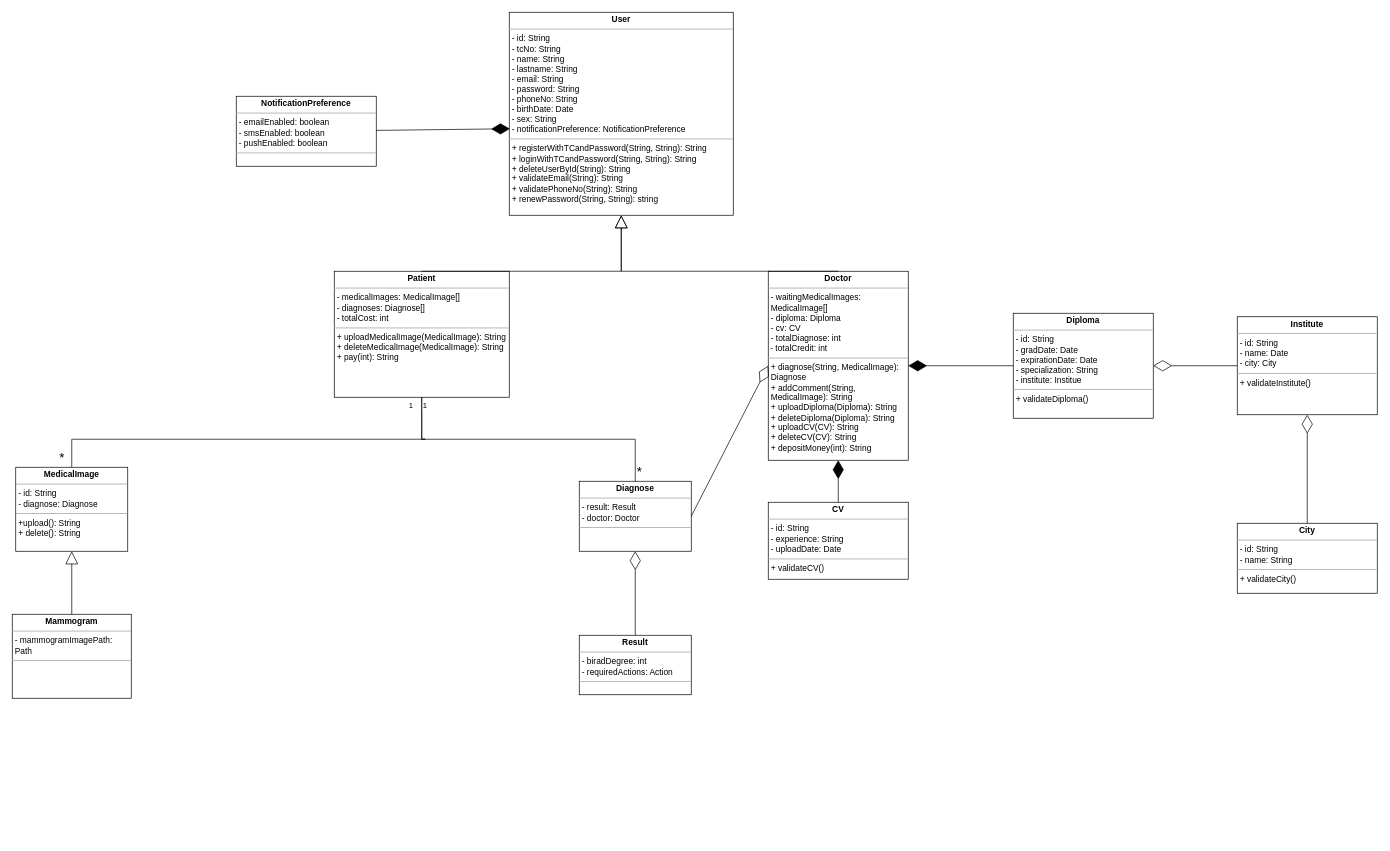
Above: Class Diagram.drawio in MediXAI/Diagrams (draw.io), before the change. Source tidied: cells renumbered, new cells numbered last; positions are measured from the earlier drawing's top-left corner, leaving out a move shared by most shapes. Both pictures are drawn from the tidied source at 70%, with x=0, y=0 at pixel (12, 12).
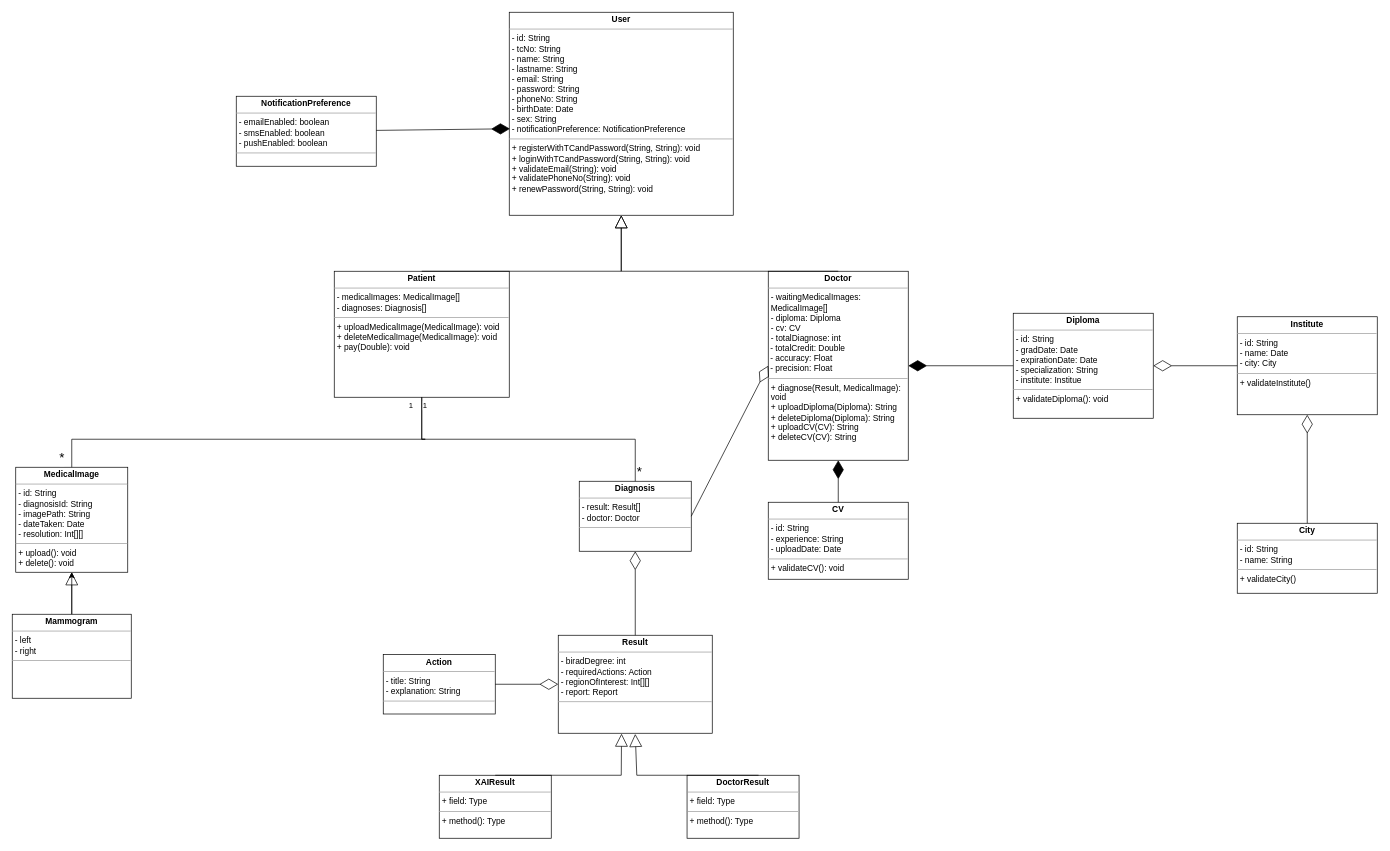
After the change.

Change to the diagram source:
```diff
@@
-    <mxCell id="2" value="&lt;p style=&quot;margin:0px;margin-top:4px;text-align:center;&quot;&gt;&lt;b&gt;User&lt;/b&gt;&lt;/p&gt;&lt;hr size=&quot;1&quot;&gt;&lt;p style=&quot;margin:0px;margin-left:4px;&quot;&gt;- id: String&lt;/p&gt;&lt;p style=&quot;margin:0px;margin-left:4px;&quot;&gt;- tcNo: String&lt;/p&gt;&lt;p style=&quot;margin:0px;margin-left:4px;&quot;&gt;- name: String&lt;/p&gt;&lt;p style=&quot;margin:0px;margin-left:4px;&quot;&gt;- lastname: String&lt;/p&gt;&lt;p style=&quot;margin:0px;margin-left:4px;&quot;&gt;- email: String&lt;/p&gt;&lt;p style=&quot;margin:0px;margin-left:4px;&quot;&gt;- password: String&lt;/p&gt;&lt;p style=&quot;margin:0px;margin-left:4px;&quot;&gt;- phoneNo: String&lt;/p&gt;&lt;p style=&quot;margin:0px;margin-left:4px;&quot;&gt;- birthDate: Date&lt;/p&gt;&lt;p style=&quot;margin:0px;margin-left:4px;&quot;&gt;- sex: String&lt;/p&gt;&lt;p style=&quot;margin:0px;margin-left:4px;&quot;&gt;- notificationPreference: NotificationPreference&lt;/p&gt;&lt;hr size=&quot;1&quot;&gt;&lt;p style=&quot;margin:0px;margin-left:4px;&quot;&gt;+ registerWithTCandPassword(String, String): String&lt;/p&gt;&lt;p style=&quot;margin:0px;margin-left:4px;&quot;&gt;+ loginWithTCandPassword(String, String): String&lt;/p&gt;&lt;p style=&quot;margin:0px;margin-left:4px;&quot;&gt;+ deleteUserById(String): String&lt;/p&gt;&lt;p style=&quot;margin:0px;margin-left:4px;&quot;&gt;+ validateEmail(String): String&lt;/p&gt;&lt;p style=&quot;margin:0px;margin-left:4px;&quot;&gt;+ validatePhoneNo(String): String&lt;/p&gt;&lt;p style=&quot;margin:0px;margin-left:4px;&quot;&gt;+ renewPassword(String, String): string&lt;/p&gt;" style="verticalAlign=top;align=left;overflow=fill;fontSize=12;fontFamily=Helvetica;html=1;whiteSpace=wrap;" parent="1" vertex="1">
+    <mxCell id="2" value="&lt;p style=&quot;margin:0px;margin-top:4px;text-align:center;&quot;&gt;&lt;b&gt;User&lt;/b&gt;&lt;/p&gt;&lt;hr size=&quot;1&quot;&gt;&lt;p style=&quot;margin:0px;margin-left:4px;&quot;&gt;- id: String&lt;/p&gt;&lt;p style=&quot;margin:0px;margin-left:4px;&quot;&gt;- tcNo: String&lt;/p&gt;&lt;p style=&quot;margin:0px;margin-left:4px;&quot;&gt;- name: String&lt;/p&gt;&lt;p style=&quot;margin:0px;margin-left:4px;&quot;&gt;- lastname: String&lt;/p&gt;&lt;p style=&quot;margin:0px;margin-left:4px;&quot;&gt;- email: String&lt;/p&gt;&lt;p style=&quot;margin:0px;margin-left:4px;&quot;&gt;- password: String&lt;/p&gt;&lt;p style=&quot;margin:0px;margin-left:4px;&quot;&gt;- phoneNo: String&lt;/p&gt;&lt;p style=&quot;margin:0px;margin-left:4px;&quot;&gt;- birthDate: Date&lt;/p&gt;&lt;p style=&quot;margin:0px;margin-left:4px;&quot;&gt;- sex: String&lt;/p&gt;&lt;p style=&quot;margin:0px;margin-left:4px;&quot;&gt;- notificationPreference: NotificationPreference&lt;/p&gt;&lt;hr size=&quot;1&quot;&gt;&lt;p style=&quot;margin:0px;margin-left:4px;&quot;&gt;+ registerWithTCandPassword(String, String): void&lt;/p&gt;&lt;p style=&quot;margin:0px;margin-left:4px;&quot;&gt;+ loginWithTCandPassword(String, String): void&lt;/p&gt;&lt;p style=&quot;margin:0px;margin-left:4px;&quot;&gt;+ validateEmail(String): void&lt;/p&gt;&lt;p style=&quot;margin:0px;margin-left:4px;&quot;&gt;+ validatePhoneNo(String): void&lt;/p&gt;&lt;p style=&quot;margin:0px;margin-left:4px;&quot;&gt;+ renewPassword(String, String): void&lt;/p&gt;" style="verticalAlign=top;align=left;overflow=fill;fontSize=12;fontFamily=Helvetica;html=1;whiteSpace=wrap;" parent="1" vertex="1">
       <mxGeometry x="710" width="320" height="290" as="geometry" />
     </mxCell>
-    <mxCell id="3" value="&lt;p style=&quot;margin:0px;margin-top:4px;text-align:center;&quot;&gt;&lt;b&gt;Doctor&lt;/b&gt;&lt;/p&gt;&lt;hr size=&quot;1&quot;&gt;&lt;p style=&quot;margin:0px;margin-left:4px;&quot;&gt;- waitingMedicalImages: MedicalImage[]&lt;/p&gt;&lt;p style=&quot;margin:0px;margin-left:4px;&quot;&gt;- diploma: Diploma&lt;/p&gt;&lt;p style=&quot;margin:0px;margin-left:4px;&quot;&gt;- cv: CV&lt;/p&gt;&lt;p style=&quot;margin:0px;margin-left:4px;&quot;&gt;- totalDiagnose: int&lt;/p&gt;&amp;nbsp;- totalCredit: int&lt;br&gt;&lt;hr size=&quot;1&quot;&gt;&lt;p style=&quot;margin:0px;margin-left:4px;&quot;&gt;+ diagnose(String, MedicalImage): Diagnose&lt;/p&gt;&lt;p style=&quot;margin:0px;margin-left:4px;&quot;&gt;+ addComment(String,&amp;nbsp; MedicalImage): String&lt;/p&gt;&lt;p style=&quot;margin:0px;margin-left:4px;&quot;&gt;+ uploadDiploma(Diploma): String&lt;/p&gt;&lt;p style=&quot;margin:0px;margin-left:4px;&quot;&gt;+ deleteDiploma(Diploma): String&lt;/p&gt;&lt;p style=&quot;border-color: var(--border-color); margin: 0px 0px 0px 4px;&quot;&gt;+ uploadCV(CV): String&lt;/p&gt;&lt;p style=&quot;border-color: var(--border-color); margin: 0px 0px 0px 4px;&quot;&gt;+ deleteCV(CV): String&lt;/p&gt;&lt;p style=&quot;border-color: var(--border-color); margin: 0px 0px 0px 4px;&quot;&gt;+ depositMoney(int): String&lt;/p&gt;" style="verticalAlign=top;align=left;overflow=fill;fontSize=12;fontFamily=Helvetica;html=1;whiteSpace=wrap;" parent="1" vertex="1">
+    <mxCell id="3" value="&lt;p style=&quot;margin:0px;margin-top:4px;text-align:center;&quot;&gt;&lt;b&gt;Doctor&lt;/b&gt;&lt;/p&gt;&lt;hr size=&quot;1&quot;&gt;&lt;p style=&quot;margin:0px;margin-left:4px;&quot;&gt;- waitingMedicalImages: MedicalImage[]&lt;/p&gt;&lt;p style=&quot;margin:0px;margin-left:4px;&quot;&gt;- diploma: Diploma&lt;/p&gt;&lt;p style=&quot;margin:0px;margin-left:4px;&quot;&gt;- cv: CV&lt;/p&gt;&lt;p style=&quot;margin:0px;margin-left:4px;&quot;&gt;- totalDiagnose: int&lt;/p&gt;&amp;nbsp;- totalCredit: Double&lt;br&gt;&amp;nbsp;- accuracy: Float&lt;br&gt;&amp;nbsp;- precision: Float&lt;br&gt;&lt;hr size=&quot;1&quot;&gt;&lt;p style=&quot;margin:0px;margin-left:4px;&quot;&gt;+ diagnose(Result, MedicalImage): void&lt;/p&gt;&lt;p style=&quot;margin:0px;margin-left:4px;&quot;&gt;+ uploadDiploma(Diploma): String&lt;/p&gt;&lt;p style=&quot;margin:0px;margin-left:4px;&quot;&gt;+ deleteDiploma(Diploma): String&lt;/p&gt;&lt;p style=&quot;border-color: var(--border-color); margin: 0px 0px 0px 4px;&quot;&gt;+ uploadCV(CV): String&lt;/p&gt;&lt;p style=&quot;border-color: var(--border-color); margin: 0px 0px 0px 4px;&quot;&gt;+ deleteCV(CV): String&lt;/p&gt;" style="verticalAlign=top;align=left;overflow=fill;fontSize=12;fontFamily=Helvetica;html=1;whiteSpace=wrap;" parent="1" vertex="1">
       <mxGeometry x="1080" y="370" width="200" height="270" as="geometry" />
     </mxCell>
-    <mxCell id="4" value="&lt;p style=&quot;margin:0px;margin-top:4px;text-align:center;&quot;&gt;&lt;b&gt;Patient&lt;/b&gt;&lt;/p&gt;&lt;hr size=&quot;1&quot;&gt;&lt;p style=&quot;margin:0px;margin-left:4px;&quot;&gt;- medicalImages: MedicalImage[]&lt;/p&gt;&lt;p style=&quot;margin:0px;margin-left:4px;&quot;&gt;- diagnoses: Diagnose[]&lt;span style=&quot;background-color: initial;&quot;&gt;&amp;nbsp;&lt;/span&gt;&lt;/p&gt;&lt;p style=&quot;margin:0px;margin-left:4px;&quot;&gt;&lt;span style=&quot;background-color: initial;&quot;&gt;- totalCost: int&lt;/span&gt;&lt;/p&gt;&lt;hr size=&quot;1&quot;&gt;&lt;p style=&quot;margin:0px;margin-left:4px;&quot;&gt;+ uploadMedicalImage(MedicalImage): String&lt;/p&gt;&lt;p style=&quot;margin:0px;margin-left:4px;&quot;&gt;+ deleteMedicalImage(MedicalImage): String&lt;/p&gt;&lt;p style=&quot;margin:0px;margin-left:4px;&quot;&gt;+ pay(int): String&lt;/p&gt;" style="verticalAlign=top;align=left;overflow=fill;fontSize=12;fontFamily=Helvetica;html=1;whiteSpace=wrap;" parent="1" vertex="1">
+    <mxCell id="4" value="&lt;p style=&quot;margin:0px;margin-top:4px;text-align:center;&quot;&gt;&lt;b&gt;Patient&lt;/b&gt;&lt;/p&gt;&lt;hr size=&quot;1&quot;&gt;&lt;p style=&quot;margin:0px;margin-left:4px;&quot;&gt;- medicalImages: MedicalImage[]&lt;/p&gt;&lt;p style=&quot;margin:0px;margin-left:4px;&quot;&gt;- diagnoses: Diagnosis[]&lt;span style=&quot;background-color: initial;&quot;&gt;&lt;br&gt;&lt;/span&gt;&lt;/p&gt;&lt;hr size=&quot;1&quot;&gt;&lt;p style=&quot;margin:0px;margin-left:4px;&quot;&gt;+ uploadMedicalImage(MedicalImage): void&lt;/p&gt;&lt;p style=&quot;margin:0px;margin-left:4px;&quot;&gt;+ deleteMedicalImage(MedicalImage): void&lt;/p&gt;&lt;p style=&quot;margin:0px;margin-left:4px;&quot;&gt;+ pay(Double): void&lt;/p&gt;" style="verticalAlign=top;align=left;overflow=fill;fontSize=12;fontFamily=Helvetica;html=1;whiteSpace=wrap;" parent="1" vertex="1">
       <mxGeometry x="460" y="370" width="250" height="180" as="geometry" />
     </mxCell>
@@
-    <mxCell id="7" value="&lt;p style=&quot;margin:0px;margin-top:4px;text-align:center;&quot;&gt;&lt;b&gt;Diagnose&lt;/b&gt;&lt;/p&gt;&lt;hr size=&quot;1&quot;&gt;&lt;p style=&quot;margin:0px;margin-left:4px;&quot;&gt;- result: Result&lt;/p&gt;&lt;p style=&quot;margin:0px;margin-left:4px;&quot;&gt;- doctor: Doctor&lt;/p&gt;&lt;hr size=&quot;1&quot;&gt;&lt;p style=&quot;margin:0px;margin-left:4px;&quot;&gt;&lt;br&gt;&lt;/p&gt;" style="verticalAlign=top;align=left;overflow=fill;fontSize=12;fontFamily=Helvetica;html=1;whiteSpace=wrap;" parent="1" vertex="1">
+    <mxCell id="7" value="&lt;p style=&quot;margin:0px;margin-top:4px;text-align:center;&quot;&gt;&lt;b&gt;Diagnosis&lt;/b&gt;&lt;/p&gt;&lt;hr size=&quot;1&quot;&gt;&lt;p style=&quot;margin:0px;margin-left:4px;&quot;&gt;- result: Result[]&lt;/p&gt;&lt;p style=&quot;margin:0px;margin-left:4px;&quot;&gt;- doctor: Doctor&lt;/p&gt;&lt;hr size=&quot;1&quot;&gt;&lt;p style=&quot;margin:0px;margin-left:4px;&quot;&gt;&lt;br&gt;&lt;/p&gt;" style="verticalAlign=top;align=left;overflow=fill;fontSize=12;fontFamily=Helvetica;html=1;whiteSpace=wrap;" parent="1" vertex="1">
       <mxGeometry x="810" y="670" width="160" height="100" as="geometry" />
     </mxCell>
-    <mxCell id="8" value="&lt;p style=&quot;margin:0px;margin-top:4px;text-align:center;&quot;&gt;&lt;b&gt;MedicalImage&lt;/b&gt;&lt;/p&gt;&lt;hr size=&quot;1&quot;&gt;&lt;p style=&quot;margin:0px;margin-left:4px;&quot;&gt;- id: String&lt;/p&gt;&lt;p style=&quot;margin:0px;margin-left:4px;&quot;&gt;- diagnose: Diagnose&lt;/p&gt;&lt;hr size=&quot;1&quot;&gt;&lt;p style=&quot;margin:0px;margin-left:4px;&quot;&gt;+upload(): String&lt;/p&gt;&lt;p style=&quot;margin:0px;margin-left:4px;&quot;&gt;+ delete(): String&lt;/p&gt;" style="verticalAlign=top;align=left;overflow=fill;fontSize=12;fontFamily=Helvetica;html=1;whiteSpace=wrap;" parent="1" vertex="1">
-      <mxGeometry x="5" y="650" width="160" height="120" as="geometry" />
+    <mxCell id="8" value="&lt;p style=&quot;margin:0px;margin-top:4px;text-align:center;&quot;&gt;&lt;b&gt;MedicalImage&lt;/b&gt;&lt;/p&gt;&lt;hr size=&quot;1&quot;&gt;&lt;p style=&quot;margin:0px;margin-left:4px;&quot;&gt;- id: String&lt;/p&gt;&lt;p style=&quot;margin:0px;margin-left:4px;&quot;&gt;- diagnosisId: String&lt;/p&gt;&lt;p style=&quot;margin:0px;margin-left:4px;&quot;&gt;- imagePath: String&lt;/p&gt;&lt;p style=&quot;margin:0px;margin-left:4px;&quot;&gt;- dateTaken: Date&lt;/p&gt;&lt;p style=&quot;margin:0px;margin-left:4px;&quot;&gt;- resolution: Int[][]&lt;/p&gt;&lt;hr size=&quot;1&quot;&gt;&lt;p style=&quot;margin:0px;margin-left:4px;&quot;&gt;+ upload(): void&lt;/p&gt;&lt;p style=&quot;margin:0px;margin-left:4px;&quot;&gt;+ delete(): void&lt;/p&gt;" style="verticalAlign=top;align=left;overflow=fill;fontSize=12;fontFamily=Helvetica;html=1;whiteSpace=wrap;" parent="1" vertex="1">
+      <mxGeometry x="5" y="650" width="160" height="150" as="geometry" />
     </mxCell>
@@
-    <mxCell id="15" value="&lt;p style=&quot;margin:0px;margin-top:4px;text-align:center;&quot;&gt;&lt;b&gt;Diploma&lt;/b&gt;&lt;/p&gt;&lt;hr size=&quot;1&quot;&gt;&lt;p style=&quot;margin:0px;margin-left:4px;&quot;&gt;- id: String&lt;/p&gt;&lt;p style=&quot;margin:0px;margin-left:4px;&quot;&gt;&lt;span style=&quot;background-color: initial;&quot;&gt;- gradDate: Date&amp;nbsp;&lt;/span&gt;&lt;/p&gt;&lt;p style=&quot;margin:0px;margin-left:4px;&quot;&gt;&lt;span style=&quot;background-color: initial;&quot;&gt;- expirationDate: Date&lt;/span&gt;&lt;/p&gt;&lt;p style=&quot;margin:0px;margin-left:4px;&quot;&gt;&lt;span style=&quot;background-color: initial;&quot;&gt;- specialization: String&lt;/span&gt;&lt;/p&gt;&lt;p style=&quot;margin:0px;margin-left:4px;&quot;&gt;&lt;span style=&quot;background-color: initial;&quot;&gt;- institute: Institue&lt;/span&gt;&lt;/p&gt;&lt;hr size=&quot;1&quot;&gt;&lt;p style=&quot;margin:0px;margin-left:4px;&quot;&gt;+ validateDiploma()&lt;/p&gt;" style="verticalAlign=top;align=left;overflow=fill;fontSize=12;fontFamily=Helvetica;html=1;whiteSpace=wrap;" parent="1" vertex="1">
+    <mxCell id="15" value="&lt;p style=&quot;margin:0px;margin-top:4px;text-align:center;&quot;&gt;&lt;b&gt;Diploma&lt;/b&gt;&lt;/p&gt;&lt;hr size=&quot;1&quot;&gt;&lt;p style=&quot;margin:0px;margin-left:4px;&quot;&gt;- id: String&lt;/p&gt;&lt;p style=&quot;margin:0px;margin-left:4px;&quot;&gt;&lt;span style=&quot;background-color: initial;&quot;&gt;- gradDate: Date&amp;nbsp;&lt;/span&gt;&lt;/p&gt;&lt;p style=&quot;margin:0px;margin-left:4px;&quot;&gt;&lt;span style=&quot;background-color: initial;&quot;&gt;- expirationDate: Date&lt;/span&gt;&lt;/p&gt;&lt;p style=&quot;margin:0px;margin-left:4px;&quot;&gt;&lt;span style=&quot;background-color: initial;&quot;&gt;- specialization: String&lt;/span&gt;&lt;/p&gt;&lt;p style=&quot;margin:0px;margin-left:4px;&quot;&gt;&lt;span style=&quot;background-color: initial;&quot;&gt;- institute: Institue&lt;/span&gt;&lt;/p&gt;&lt;hr size=&quot;1&quot;&gt;&lt;p style=&quot;margin:0px;margin-left:4px;&quot;&gt;+ validateDiploma(): void&lt;/p&gt;" style="verticalAlign=top;align=left;overflow=fill;fontSize=12;fontFamily=Helvetica;html=1;whiteSpace=wrap;" parent="1" vertex="1">
       <mxGeometry x="1430" y="430" width="200" height="150" as="geometry" />
     </mxCell>
@@
-    <mxCell id="19" value="&lt;p style=&quot;margin:0px;margin-top:4px;text-align:center;&quot;&gt;&lt;b&gt;CV&lt;/b&gt;&lt;/p&gt;&lt;hr size=&quot;1&quot;&gt;&lt;p style=&quot;margin:0px;margin-left:4px;&quot;&gt;- id: String&lt;/p&gt;&lt;p style=&quot;margin:0px;margin-left:4px;&quot;&gt;&lt;span style=&quot;background-color: initial;&quot;&gt;- experience: String&amp;nbsp;&lt;/span&gt;&lt;/p&gt;&lt;p style=&quot;margin:0px;margin-left:4px;&quot;&gt;&lt;span style=&quot;background-color: initial;&quot;&gt;- uploadDate: Date&lt;/span&gt;&lt;/p&gt;&lt;hr size=&quot;1&quot;&gt;&lt;p style=&quot;margin:0px;margin-left:4px;&quot;&gt;+ validateCV()&lt;/p&gt;" style="verticalAlign=top;align=left;overflow=fill;fontSize=12;fontFamily=Helvetica;html=1;whiteSpace=wrap;" parent="1" vertex="1">
+    <mxCell id="19" value="&lt;p style=&quot;margin:0px;margin-top:4px;text-align:center;&quot;&gt;&lt;b&gt;CV&lt;/b&gt;&lt;/p&gt;&lt;hr size=&quot;1&quot;&gt;&lt;p style=&quot;margin:0px;margin-left:4px;&quot;&gt;- id: String&lt;/p&gt;&lt;p style=&quot;margin:0px;margin-left:4px;&quot;&gt;&lt;span style=&quot;background-color: initial;&quot;&gt;- experience: String&amp;nbsp;&lt;/span&gt;&lt;/p&gt;&lt;p style=&quot;margin:0px;margin-left:4px;&quot;&gt;&lt;span style=&quot;background-color: initial;&quot;&gt;- uploadDate: Date&lt;/span&gt;&lt;/p&gt;&lt;hr size=&quot;1&quot;&gt;&lt;p style=&quot;margin:0px;margin-left:4px;&quot;&gt;+ validateCV(): void&lt;/p&gt;" style="verticalAlign=top;align=left;overflow=fill;fontSize=12;fontFamily=Helvetica;html=1;whiteSpace=wrap;" parent="1" vertex="1">
       <mxGeometry x="1080" y="700" width="200" height="110" as="geometry" />
     </mxCell>
@@
+    <mxCell id="30" style="edgeStyle=orthogonalEdgeStyle;rounded=0;jettySize=auto;html=1;" parent="1" edge="1" source="21" target="8">
+      <mxGeometry relative="1" as="geometry" />
+    </mxCell>
-    <mxCell id="21" value="&lt;p style=&quot;margin:0px;margin-top:4px;text-align:center;&quot;&gt;&lt;b&gt;Mammogram&lt;/b&gt;&lt;/p&gt;&lt;hr size=&quot;1&quot;&gt;&lt;p style=&quot;margin:0px;margin-left:4px;&quot;&gt;- mammogramImagePath: Path&amp;nbsp;&lt;/p&gt;&lt;hr size=&quot;1&quot;&gt;&lt;p style=&quot;margin:0px;margin-left:4px;&quot;&gt;&lt;br&gt;&lt;/p&gt;" style="verticalAlign=top;align=left;overflow=fill;fontSize=12;fontFamily=Helvetica;html=1;whiteSpace=wrap;" parent="1" vertex="1">
+    <mxCell id="21" value="&lt;p style=&quot;margin:0px;margin-top:4px;text-align:center;&quot;&gt;&lt;b&gt;Mammogram&lt;/b&gt;&lt;/p&gt;&lt;hr size=&quot;1&quot;&gt;&lt;p style=&quot;margin:0px;margin-left:4px;&quot;&gt;- left&lt;/p&gt;&lt;p style=&quot;margin:0px;margin-left:4px;&quot;&gt;- right&lt;/p&gt;&lt;hr size=&quot;1&quot;&gt;&lt;p style=&quot;margin:0px;margin-left:4px;&quot;&gt;&lt;br&gt;&lt;/p&gt;" style="verticalAlign=top;align=left;overflow=fill;fontSize=12;fontFamily=Helvetica;html=1;whiteSpace=wrap;" parent="1" vertex="1">
       <mxGeometry y="860" width="170" height="120" as="geometry" />
     </mxCell>
@@
-    <mxCell id="27" value="&lt;p style=&quot;margin:0px;margin-top:4px;text-align:center;&quot;&gt;&lt;b&gt;Result&lt;/b&gt;&lt;/p&gt;&lt;hr size=&quot;1&quot;&gt;&lt;p style=&quot;margin:0px;margin-left:4px;&quot;&gt;- biradDegree: int&lt;/p&gt;&lt;p style=&quot;margin:0px;margin-left:4px;&quot;&gt;- requiredActions: Action&amp;nbsp;&lt;/p&gt;&lt;hr size=&quot;1&quot;&gt;&lt;p style=&quot;margin:0px;margin-left:4px;&quot;&gt;&lt;br&gt;&lt;/p&gt;" style="verticalAlign=top;align=left;overflow=fill;fontSize=12;fontFamily=Helvetica;html=1;whiteSpace=wrap;" parent="1" vertex="1">
-      <mxGeometry x="810" y="890" width="160" height="85" as="geometry" />
+    <mxCell id="27" value="&lt;p style=&quot;margin:0px;margin-top:4px;text-align:center;&quot;&gt;&lt;b&gt;Result&lt;/b&gt;&lt;/p&gt;&lt;hr size=&quot;1&quot;&gt;&lt;p style=&quot;margin:0px;margin-left:4px;&quot;&gt;- biradDegree: int&lt;/p&gt;&lt;p style=&quot;margin:0px;margin-left:4px;&quot;&gt;- requiredActions: Action&amp;nbsp;&lt;/p&gt;&lt;p style=&quot;margin:0px;margin-left:4px;&quot;&gt;- regionOfInterest: Int[][]&lt;/p&gt;&lt;p style=&quot;margin:0px;margin-left:4px;&quot;&gt;- report: Report&amp;nbsp;&lt;/p&gt;&lt;hr size=&quot;1&quot;&gt;&lt;p style=&quot;margin:0px;margin-left:4px;&quot;&gt;&lt;br&gt;&lt;/p&gt;" style="verticalAlign=top;align=left;overflow=fill;fontSize=12;fontFamily=Helvetica;html=1;whiteSpace=wrap;" parent="1" vertex="1">
+      <mxGeometry x="780" y="890" width="220" height="140" as="geometry" />
     </mxCell>
@@
+    <mxCell id="31" value="&lt;p style=&quot;margin:0px;margin-top:4px;text-align:center;&quot;&gt;&lt;b&gt;Action&lt;/b&gt;&lt;/p&gt;&lt;hr size=&quot;1&quot;&gt;&lt;p style=&quot;margin:0px;margin-left:4px;&quot;&gt;- title: String&lt;/p&gt;&lt;p style=&quot;margin:0px;margin-left:4px;&quot;&gt;- explanation: String&amp;nbsp;&lt;/p&gt;&lt;hr size=&quot;1&quot;&gt;&lt;p style=&quot;margin:0px;margin-left:4px;&quot;&gt;&lt;br&gt;&lt;/p&gt;" style="verticalAlign=top;align=left;overflow=fill;fontSize=12;fontFamily=Helvetica;html=1;whiteSpace=wrap;" parent="1" vertex="1">
+      <mxGeometry x="530" y="917.5" width="160" height="85" as="geometry" />
+    </mxCell>
+    <mxCell id="32" style="endArrow=diamondThin;endFill=0;endSize=24;html=1;rounded=0;entryX=0;entryY=0.5;entryDx=0;entryDy=0;exitX=1;exitY=0.5;exitDx=0;exitDy=0;" parent="1" edge="1" source="31" target="27">
+      <mxGeometry relative="1" as="geometry" />
+    </mxCell>
+    <mxCell id="33" value="&lt;p style=&quot;margin:0px;margin-top:4px;text-align:center;&quot;&gt;&lt;b&gt;XAIResult&lt;/b&gt;&lt;/p&gt;&lt;hr size=&quot;1&quot;&gt;&lt;p style=&quot;margin:0px;margin-left:4px;&quot;&gt;+ field: Type&lt;/p&gt;&lt;hr size=&quot;1&quot;&gt;&lt;p style=&quot;margin:0px;margin-left:4px;&quot;&gt;+ method(): Type&lt;/p&gt;" style="verticalAlign=top;align=left;overflow=fill;fontSize=12;fontFamily=Helvetica;html=1;whiteSpace=wrap;" parent="1" vertex="1">
+      <mxGeometry x="610" y="1090" width="160" height="90" as="geometry" />
+    </mxCell>
+    <mxCell id="34" value="&lt;p style=&quot;margin:0px;margin-top:4px;text-align:center;&quot;&gt;&lt;b&gt;DoctorResult&lt;/b&gt;&lt;/p&gt;&lt;hr size=&quot;1&quot;&gt;&lt;p style=&quot;margin:0px;margin-left:4px;&quot;&gt;+ field: Type&lt;/p&gt;&lt;hr size=&quot;1&quot;&gt;&lt;p style=&quot;margin:0px;margin-left:4px;&quot;&gt;+ method(): Type&lt;/p&gt;" style="verticalAlign=top;align=left;overflow=fill;fontSize=12;fontFamily=Helvetica;html=1;whiteSpace=wrap;" parent="1" vertex="1">
+      <mxGeometry x="964" y="1090" width="160" height="90" as="geometry" />
+    </mxCell>
+    <mxCell id="35" style="endArrow=block;endSize=16;endFill=0;html=1;rounded=0;exitX=0.5;exitY=0;exitDx=0;exitDy=0;entryX=0.411;entryY=1.004;entryDx=0;entryDy=0;entryPerimeter=0;" parent="1" edge="1" source="33" target="27">
+      <mxGeometry x="0.12" y="-70" relative="1" as="geometry">
+        <Array as="points">
+          <mxPoint x="870" y="1090" />
+        </Array>
+        <mxPoint x="-1" as="offset" />
+      </mxGeometry>
+    </mxCell>
+    <mxCell id="36" style="endArrow=block;endSize=16;endFill=0;html=1;rounded=0;exitX=0.5;exitY=0;exitDx=0;exitDy=0;entryX=0.399;entryY=1.007;entryDx=0;entryDy=0;entryPerimeter=0;" parent="1" edge="1">
+      <mxGeometry x="0.12" y="-70" relative="1" as="geometry">
+        <mxPoint x="1066.2" y="1090" as="sourcePoint" />
+        <mxPoint x="890" y="1031" as="targetPoint" />
+        <Array as="points">
+          <mxPoint x="892.2" y="1090" />
+        </Array>
+        <mxPoint x="-1" as="offset" />
+      </mxGeometry>
+    </mxCell>
```
